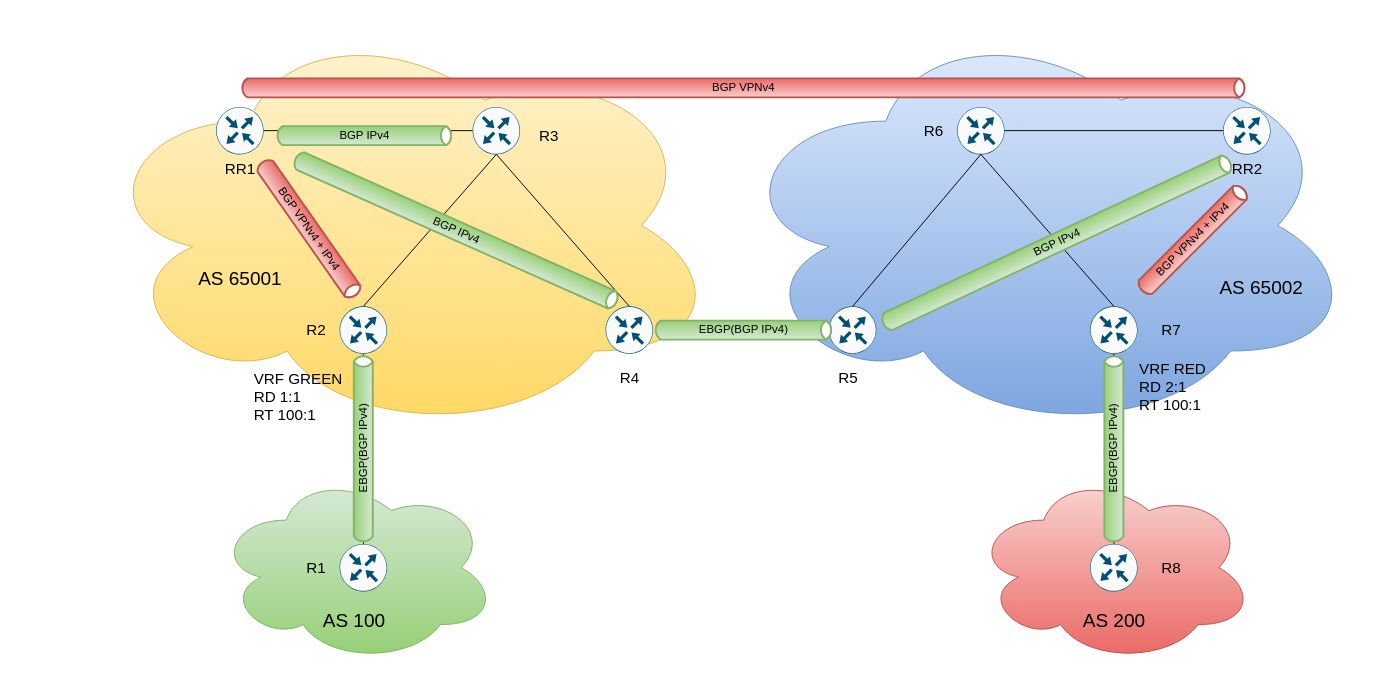
This is page "MPLS VPN OptionC-2" (2 of 4) of Equipment-operation/Cisco/Router/VPN/MPLS VPN/Image/MPLS VPN.drawio from Lai920123/Network-Engineering-Tutorials, a draw.io file, before an edit. Source tidied: cells renumbered, new cells numbered last; positions are measured from the earlier drawing's top-left corner, leaving out a move shared by most shapes. Both pictures are drawn from the tidied source at 95%, with x=0, y=0 at pixel (92, 16).
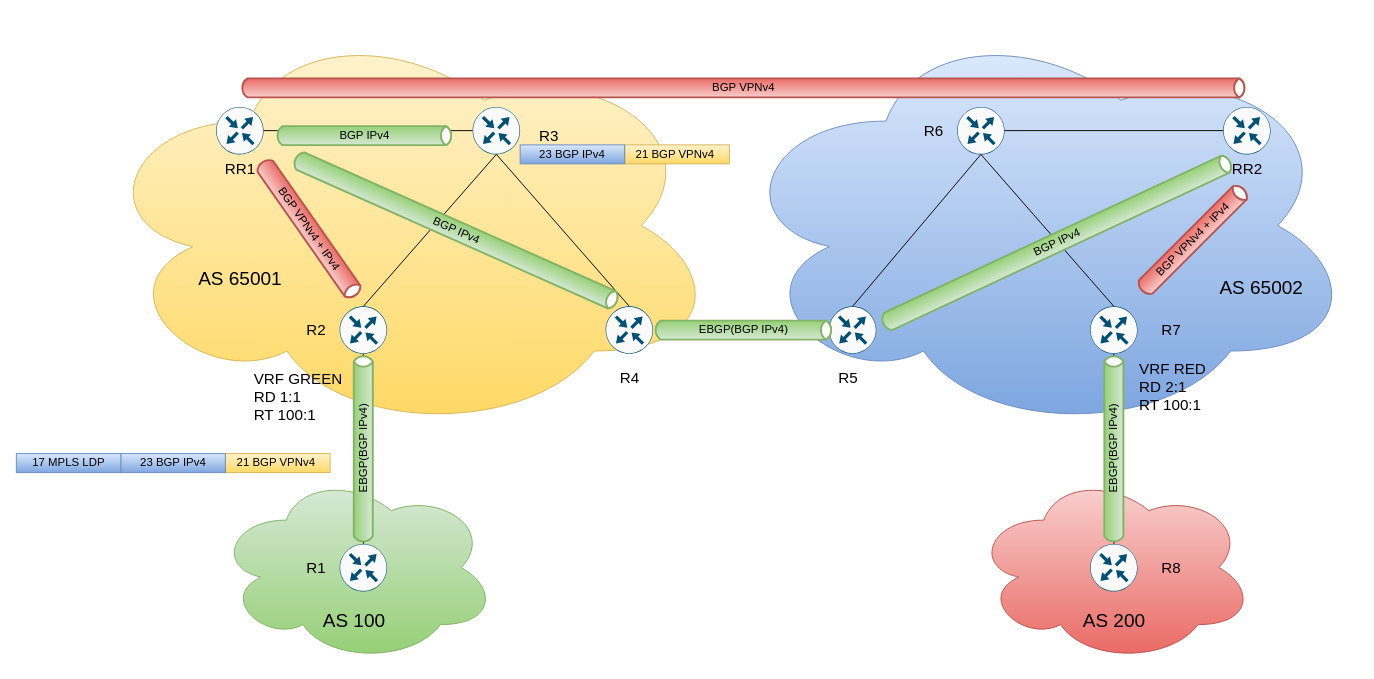
The same diagram, later.

What changed in the source:
```diff
@@
+    <mxCell id="53" value="21 BGP VPNv4&amp;nbsp;" style="whiteSpace=wrap;html=1;fillColor=#fff2cc;gradientColor=#ffd966;strokeColor=#d6b656;" parent="1" vertex="1">
+      <mxGeometry x="140" y="460" width="110" height="20" as="geometry" />
+    </mxCell>
+    <mxCell id="54" value="23 BGP IPv4" style="whiteSpace=wrap;html=1;fillColor=#dae8fc;gradientColor=#7ea6e0;strokeColor=#6c8ebf;" parent="1" vertex="1">
+      <mxGeometry x="29.7" y="460" width="110" height="20" as="geometry" />
+    </mxCell>
+    <mxCell id="55" value="17 MPLS LDP" style="whiteSpace=wrap;html=1;fillColor=#dae8fc;gradientColor=#7ea6e0;strokeColor=#6c8ebf;" parent="1" vertex="1">
+      <mxGeometry x="-80.3" y="460" width="110" height="20" as="geometry" />
+    </mxCell>
+    <mxCell id="56" value="21 BGP VPNv4&amp;nbsp;" style="whiteSpace=wrap;html=1;fillColor=#fff2cc;gradientColor=#ffd966;strokeColor=#d6b656;" parent="1" vertex="1">
+      <mxGeometry x="560.3" y="135" width="110" height="20" as="geometry" />
+    </mxCell>
+    <mxCell id="57" value="23 BGP IPv4" style="whiteSpace=wrap;html=1;fillColor=#dae8fc;gradientColor=#7ea6e0;strokeColor=#6c8ebf;" parent="1" vertex="1">
+      <mxGeometry x="450" y="135" width="110" height="20" as="geometry" />
+    </mxCell>
```
